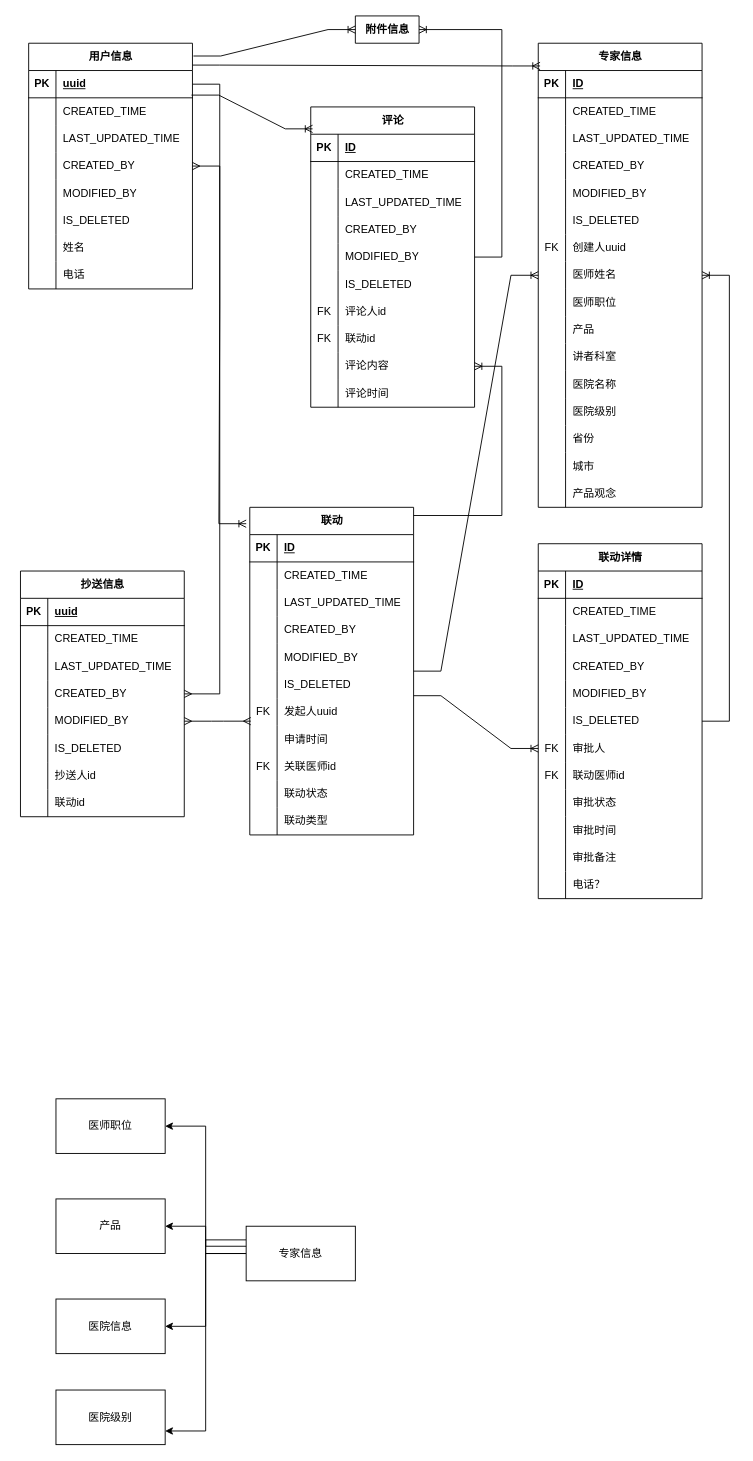
Before: demo-er.drawio in 1846872430/shj_chart, a draw.io diagram. Source tidied: cells renumbered, new cells numbered last; positions are measured from the earlier drawing's top-left corner, leaving out a move shared by most shapes. Both pictures are drawn from the tidied source at 91%, with x=0, y=0 at pixel (20, 15).
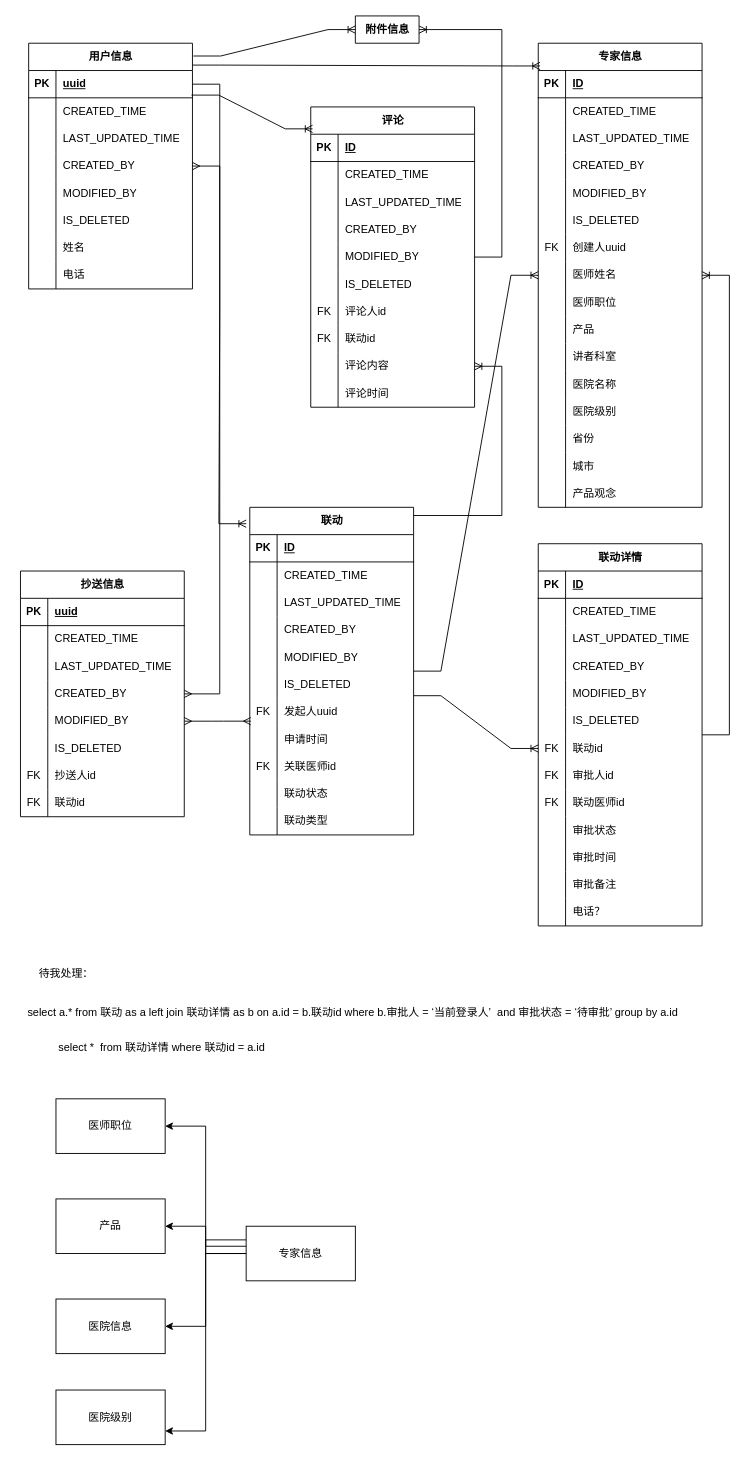
The same diagram, later.

The change refers to these unchanged cells:
```xml
<mxCell id="141" style="shape=tableRow;horizontal=0;startSize=0;swimlaneHead=0;swimlaneBody=0;fillColor=none;points=[[0,0.5],[1,0.5]];portConstraint=eastwest;top=0;left=0;right=0;bottom=0;" parent="122" vertex="1">
  <mxGeometry y="210" width="180" height="30" as="geometry" />
</mxCell>
<mxCell id="216" style="shape=tableRow;horizontal=0;startSize=0;swimlaneHead=0;swimlaneBody=0;fillColor=none;top=0;left=0;right=0;bottom=0;" parent="197" vertex="1">
  <mxGeometry y="210" width="180" height="30" as="geometry" />
</mxCell>
<mxCell id="219" style="shape=tableRow;horizontal=0;startSize=0;swimlaneHead=0;swimlaneBody=0;fillColor=none;top=0;left=0;right=0;bottom=0;" parent="197" vertex="1">
  <mxGeometry y="240" width="180" height="30" as="geometry" />
</mxCell>
```

What changed in the source:
```diff
@@
     <mxCell id="122" value="联动详情" style="shape=table;startSize=30;childLayout=tableLayout;rowLines=0;fontStyle=1;align=center;html=1;" parent="1" vertex="1">
-      <mxGeometry x="569" y="580" width="180" height="390" as="geometry" />
+      <mxGeometry x="569" y="580" width="180" height="420" as="geometry" />
     </mxCell>
@@
-    <mxCell id="143" value="审批人" style="shape=partialRectangle;fillColor=none;top=0;left=0;bottom=0;right=0;align=left;spacingLeft=6;overflow=hidden;whiteSpace=wrap;html=1;" parent="141" vertex="1">
+    <mxCell id="143" value="联动id" style="shape=partialRectangle;fillColor=none;top=0;left=0;bottom=0;right=0;align=left;spacingLeft=6;overflow=hidden;whiteSpace=wrap;html=1;" parent="141" vertex="1">
       <mxGeometry x="30" width="150" height="30" as="geometry" />
     </mxCell>
+    <mxCell id="224" style="shape=tableRow;horizontal=0;startSize=0;swimlaneHead=0;swimlaneBody=0;fillColor=none;top=0;left=0;right=0;bottom=0;" parent="122" vertex="1">
+      <mxGeometry y="240" width="180" height="30" as="geometry" />
+    </mxCell>
+    <mxCell id="225" value="&lt;div&gt;FK&lt;/div&gt;" style="shape=partialRectangle;fillColor=none;top=0;left=0;bottom=0;right=0;overflow=hidden;whiteSpace=wrap;html=1;" parent="224" vertex="1">
+      <mxGeometry width="30" height="30" as="geometry" />
+    </mxCell>
+    <mxCell id="226" value="审批人id" style="shape=partialRectangle;fillColor=none;top=0;left=0;bottom=0;right=0;align=left;spacingLeft=6;overflow=hidden;whiteSpace=wrap;html=1;" parent="224" vertex="1">
+      <mxGeometry x="30" width="150" height="30" as="geometry" />
+    </mxCell>
     <mxCell id="144" style="shape=tableRow;horizontal=0;startSize=0;swimlaneHead=0;swimlaneBody=0;fillColor=none;top=0;left=0;right=0;bottom=0;" parent="122" vertex="1">
-      <mxGeometry y="240" width="180" height="30" as="geometry" />
+      <mxGeometry y="270" width="180" height="30" as="geometry" />
     </mxCell>
@@
     <mxCell id="147" style="shape=tableRow;horizontal=0;startSize=0;swimlaneHead=0;swimlaneBody=0;fillColor=none;top=0;left=0;right=0;bottom=0;" parent="122" vertex="1">
-      <mxGeometry y="270" width="180" height="30" as="geometry" />
+      <mxGeometry y="300" width="180" height="30" as="geometry" />
     </mxCell>
@@
     <mxCell id="150" style="shape=tableRow;horizontal=0;startSize=0;swimlaneHead=0;swimlaneBody=0;fillColor=none;top=0;left=0;right=0;bottom=0;" parent="122" vertex="1">
-      <mxGeometry y="300" width="180" height="30" as="geometry" />
+      <mxGeometry y="330" width="180" height="30" as="geometry" />
     </mxCell>
@@
     <mxCell id="153" style="shape=tableRow;horizontal=0;startSize=0;swimlaneHead=0;swimlaneBody=0;fillColor=none;top=0;left=0;right=0;bottom=0;" parent="122" vertex="1">
-      <mxGeometry y="330" width="180" height="30" as="geometry" />
+      <mxGeometry y="360" width="180" height="30" as="geometry" />
     </mxCell>
@@
     <mxCell id="156" style="shape=tableRow;horizontal=0;startSize=0;swimlaneHead=0;swimlaneBody=0;fillColor=none;top=0;left=0;right=0;bottom=0;" parent="122" vertex="1">
-      <mxGeometry y="360" width="180" height="30" as="geometry" />
+      <mxGeometry y="390" width="180" height="30" as="geometry" />
     </mxCell>
@@
-    <mxCell id="217" value="&lt;div&gt;&lt;br/&gt;&lt;/div&gt;" style="shape=partialRectangle;fillColor=none;top=0;left=0;bottom=0;right=0;overflow=hidden;whiteSpace=wrap;html=1;" parent="216" vertex="1">
+    <mxCell id="217" value="&lt;div&gt;FK&lt;/div&gt;" style="shape=partialRectangle;fillColor=none;top=0;left=0;bottom=0;right=0;overflow=hidden;whiteSpace=wrap;html=1;" parent="216" vertex="1">
       <mxGeometry width="30" height="30" as="geometry" />
     </mxCell>
@@
-    <mxCell id="220" style="shape=partialRectangle;fillColor=none;top=0;left=0;bottom=0;right=0;overflow=hidden;whiteSpace=wrap;html=1;" parent="219" vertex="1">
+    <mxCell id="220" value="FK" style="shape=partialRectangle;fillColor=none;top=0;left=0;bottom=0;right=0;overflow=hidden;whiteSpace=wrap;html=1;" parent="219" vertex="1">
       <mxGeometry width="30" height="30" as="geometry" />
     </mxCell>
@@
+    <mxCell id="227" value="待我处理：" style="text;html=1;align=center;verticalAlign=middle;strokeColor=none;fillColor=none;" parent="1" vertex="1">
+      <mxGeometry x="10" y="1038" width="80" height="30" as="geometry" />
+    </mxCell>
+    <mxCell id="228" value="select a.* from 联动 as a left join 联动详情 as b on a.id = b.联动id where b.审批人 = ‘当前登录人’&amp;nbsp; and 审批状态 = ‘待审批’ group by a.id" style="text;html=1;align=center;verticalAlign=middle;strokeColor=none;fillColor=none;" parent="1" vertex="1">
+      <mxGeometry x="-5" y="1080" width="740" height="30" as="geometry" />
+    </mxCell>
+    <mxCell id="229" value="select *&amp;nbsp; from 联动详情 where 联动id = a.id" style="text;html=1;align=center;verticalAlign=middle;strokeColor=none;fillColor=none;" parent="1" vertex="1">
+      <mxGeometry x="30" y="1119" width="250" height="30" as="geometry" />
+    </mxCell>
```
